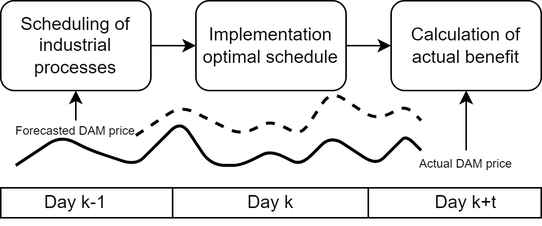
The draw.io diagram models/Scheduler.png in gpanagioto/EPF_ABA23, before a commit. Source tidied: cells renumbered, new cells last; positions are measured from the earlier drawing's top-left corner, leaving out a move shared by most shapes.
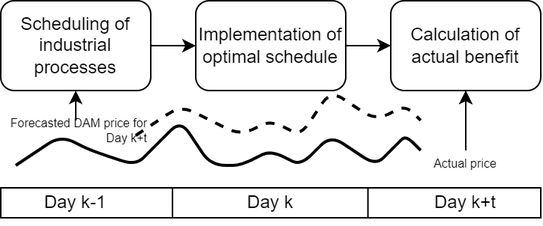
Later version of the same file.

The edit, as a diff of the source:
```diff
@@ -20,13 +20,13 @@
     <mxCell id="7" value="Scheduling of industrial processes" style="rounded=1;whiteSpace=wrap;html=1;" parent="1" vertex="1">
       <mxGeometry width="100" height="60" as="geometry" />
     </mxCell>
-    <mxCell id="8" value="Forecasted DAM price" style="text;html=1;strokeColor=none;fillColor=none;align=center;verticalAlign=middle;whiteSpace=wrap;rounded=0;fontSize=8;spacingBottom=-13;" parent="1" vertex="1">
+    <mxCell id="8" value="Forecasted DAM price for Day k+t" style="text;html=1;strokeColor=none;fillColor=none;align=right;verticalAlign=middle;whiteSpace=wrap;rounded=0;fontSize=8;spacingBottom=-13;" parent="1" vertex="1">
       <mxGeometry y="70" width="100" height="20" as="geometry" />
     </mxCell>
     <mxCell id="9" style="edgeStyle=orthogonalEdgeStyle;rounded=0;jettySize=auto;html=1;entryX=0;entryY=0.5;entryDx=0;entryDy=0;" parent="1" edge="1" source="10" target="11">
       <mxGeometry relative="1" as="geometry" />
     </mxCell>
-    <mxCell id="10" value="Implementation optimal schedule" style="rounded=1;whiteSpace=wrap;html=1;" parent="1" vertex="1">
+    <mxCell id="10" value="Implementation of optimal schedule" style="rounded=1;whiteSpace=wrap;html=1;" parent="1" vertex="1">
       <mxGeometry x="130" width="100" height="60" as="geometry" />
     </mxCell>
     <mxCell id="11" value="Calculation of actual benefit" style="rounded=1;whiteSpace=wrap;html=1;" parent="1" vertex="1">
@@ -74,7 +74,7 @@
     <mxCell id="15" style="edgeStyle=orthogonalEdgeStyle;rounded=0;jettySize=auto;html=1;" parent="1" edge="1" source="16" target="11">
       <mxGeometry relative="1" as="geometry" />
     </mxCell>
-    <mxCell id="16" value="Actual DAM price" style="text;html=1;strokeColor=none;fillColor=none;align=center;verticalAlign=middle;whiteSpace=wrap;rounded=0;fontSize=8;spacingBottom=-8;" parent="1" vertex="1">
+    <mxCell id="16" value="Actual price" style="text;html=1;strokeColor=none;fillColor=none;align=center;verticalAlign=middle;whiteSpace=wrap;rounded=0;fontSize=8;spacingBottom=-8;" parent="1" vertex="1">
       <mxGeometry x="260" y="90" width="100" height="30" as="geometry" />
     </mxCell>
     <mxCell id="17" style="endArrow=classic;html=1;rounded=0;entryX=0.5;entryY=1;entryDx=0;entryDy=0;" parent="1" edge="1" target="7">
```
